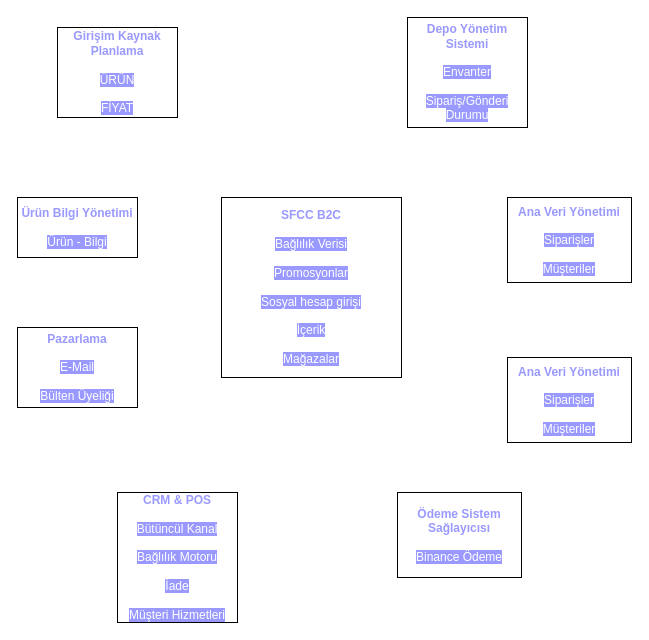
Above: Untitled Diagram.drawio in megunay/erkan-guldehan (draw.io), before the change. Source tidied: cells renumbered, new cells numbered last; positions are measured from the earlier drawing's top-left corner, leaving out a move shared by most shapes. Both pictures are drawn from the tidied source at 100%, with x=0, y=0 at pixel (17, 17).
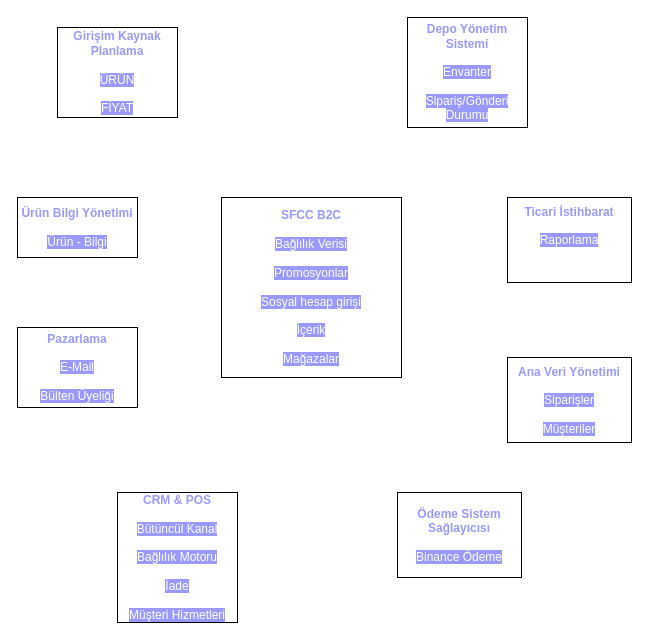
Above is the later version.

What changed in the source:
```diff
@@
 <mxGraphModel>
   <root>
     <mxCell id="0" />
     <mxCell id="1" parent="0" />
     <mxCell id="2" value="&lt;span style=&quot;background-color: rgb(255 , 255 , 255)&quot;&gt;&lt;font color=&quot;#9999ff&quot;&gt;&lt;b&gt;Girişim Kaynak Planlama&lt;/b&gt;&lt;br&gt;&lt;/font&gt;&lt;/span&gt;&lt;br&gt;&lt;font color=&quot;#ffffff&quot; style=&quot;background-color: rgb(153 , 153 , 255)&quot;&gt;ÜRÜN&lt;/font&gt;&lt;br&gt;&lt;br&gt;&lt;font color=&quot;#ffffff&quot; style=&quot;background-color: rgb(153 , 153 , 255)&quot;&gt;FİYAT&lt;/font&gt;" style="rounded=0;whiteSpace=wrap;html=1;" parent="1" vertex="1">
       <mxGeometry x="40" y="10" width="120" height="90" as="geometry" />
     </mxCell>
     <mxCell id="3" value="&lt;b&gt;&lt;font color=&quot;#9999ff&quot;&gt;Depo Yönetim Sistemi&lt;br&gt;&lt;/font&gt;&lt;/b&gt;&lt;br&gt;&lt;font color=&quot;#ffffff&quot; style=&quot;background-color: rgb(153 , 153 , 255)&quot;&gt;Envanter&lt;br&gt;&lt;/font&gt;&lt;br&gt;&lt;font color=&quot;#ffffff&quot; style=&quot;background-color: rgb(153 , 153 , 255)&quot;&gt;Sipariş/Gönderi Durumu&lt;/font&gt;" style="rounded=0;whiteSpace=wrap;html=1;" parent="1" vertex="1">
       <mxGeometry x="390" width="120" height="110" as="geometry" />
     </mxCell>
     <mxCell id="4" value="&lt;b&gt;&lt;font color=&quot;#9999ff&quot;&gt;SFCC B2C&lt;br&gt;&lt;/font&gt;&lt;/b&gt;&lt;br&gt;&lt;span style=&quot;color: rgb(255 , 255 , 255) ; background-color: rgb(153 , 153 , 255)&quot;&gt;Bağlılık Verisi&lt;br&gt;&lt;br&gt;Promosyonlar&lt;br&gt;&lt;br&gt;Sosyal hesap girişi&lt;br&gt;&lt;br&gt;İçerik&lt;br&gt;&lt;br&gt;Mağazalar&lt;/span&gt;" style="whiteSpace=wrap;html=1;" parent="1" vertex="1">
       <mxGeometry x="204" y="180" width="180" height="180" as="geometry" />
     </mxCell>
     <mxCell id="5" value="&lt;b&gt;&lt;font color=&quot;#9999ff&quot;&gt;Ürün Bilgi Yönetimi&lt;br&gt;&lt;/font&gt;&lt;/b&gt;&lt;br&gt;&lt;font color=&quot;#ffffff&quot; style=&quot;background-color: rgb(153 , 153 , 255)&quot;&gt;Ürün - Bilgi&lt;/font&gt;" style="rounded=0;whiteSpace=wrap;html=1;" parent="1" vertex="1">
       <mxGeometry y="180" width="120" height="60" as="geometry" />
     </mxCell>
     <mxCell id="6" value="&lt;font color=&quot;#9999ff&quot;&gt;&lt;b&gt;Pazarlama&lt;br&gt;&lt;/b&gt;&lt;/font&gt;&lt;br&gt;&lt;font color=&quot;#ffffff&quot; style=&quot;background-color: rgb(153 , 153 , 255)&quot;&gt;E-Mail&lt;br&gt;&lt;br&gt;Bülten Üyeliği&lt;br&gt;&lt;/font&gt;" style="rounded=0;whiteSpace=wrap;html=1;" parent="1" vertex="1">
       <mxGeometry y="310" width="120" height="80" as="geometry" />
     </mxCell>
     <mxCell id="7" value="&lt;font color=&quot;#9999ff&quot;&gt;&lt;b&gt;CRM &amp;amp; POS&lt;br&gt;&lt;/b&gt;&lt;/font&gt;&lt;br&gt;&lt;font color=&quot;#ffffff&quot; style=&quot;background-color: rgb(153 , 153 , 255)&quot;&gt;Bütüncül Kanal&lt;br&gt;&lt;br&gt;Bağlılık Motoru&lt;br&gt;&lt;br&gt;İade&lt;br&gt;&lt;br&gt;Müşteri Hizmetleri&lt;br&gt;&lt;/font&gt;" style="rounded=0;whiteSpace=wrap;html=1;" parent="1" vertex="1">
       <mxGeometry x="100" y="475" width="120" height="130" as="geometry" />
     </mxCell>
     <mxCell id="8" value="&lt;font color=&quot;#9999ff&quot;&gt;&lt;b&gt;Ödeme Sistem Sağlayıcısı&lt;br&gt;&lt;/b&gt;&lt;/font&gt;&lt;br&gt;&lt;font color=&quot;#ffffff&quot; style=&quot;background-color: rgb(153 , 153 , 255)&quot;&gt;Binance Ödeme&lt;br&gt;&lt;/font&gt;" style="rounded=0;whiteSpace=wrap;html=1;" parent="1" vertex="1">
       <mxGeometry x="380" y="475" width="124" height="85" as="geometry" />
     </mxCell>
     <mxCell id="9" value="&lt;font color=&quot;#9999ff&quot;&gt;&lt;b&gt;Ana Veri Yönetimi&lt;br&gt;&lt;/b&gt;&lt;/font&gt;&lt;br&gt;&lt;font color=&quot;#ffffff&quot; style=&quot;background-color: rgb(153 , 153 , 255)&quot;&gt;Siparişler&lt;br&gt;&lt;br&gt;Müşteriler&lt;br&gt;&lt;/font&gt;" style="rounded=0;whiteSpace=wrap;html=1;" parent="1" vertex="1">
       <mxGeometry x="490" y="340" width="124" height="85" as="geometry" />
     </mxCell>
-    <mxCell id="10" value="&lt;font color=&quot;#9999ff&quot;&gt;&lt;b&gt;Ana Veri Yönetimi&lt;br&gt;&lt;/b&gt;&lt;/font&gt;&lt;br&gt;&lt;font color=&quot;#ffffff&quot; style=&quot;background-color: rgb(153 , 153 , 255)&quot;&gt;Siparişler&lt;br&gt;&lt;br&gt;Müşteriler&lt;br&gt;&lt;/font&gt;" style="rounded=0;whiteSpace=wrap;html=1;" parent="1" vertex="1">
+    <mxCell id="10" value="&lt;font color=&quot;#9999ff&quot;&gt;&lt;b&gt;Ticari İstihbarat&lt;br&gt;&lt;/b&gt;&lt;/font&gt;&lt;br&gt;&lt;font color=&quot;#ffffff&quot; style=&quot;background-color: rgb(153 , 153 , 255)&quot;&gt;Raporlama&lt;br&gt;&lt;br&gt;&lt;br&gt;&lt;/font&gt;" style="rounded=0;whiteSpace=wrap;html=1;" parent="1" vertex="1">
       <mxGeometry x="490" y="180" width="124" height="85" as="geometry" />
     </mxCell>
   </root>
 </mxGraphModel>
```
